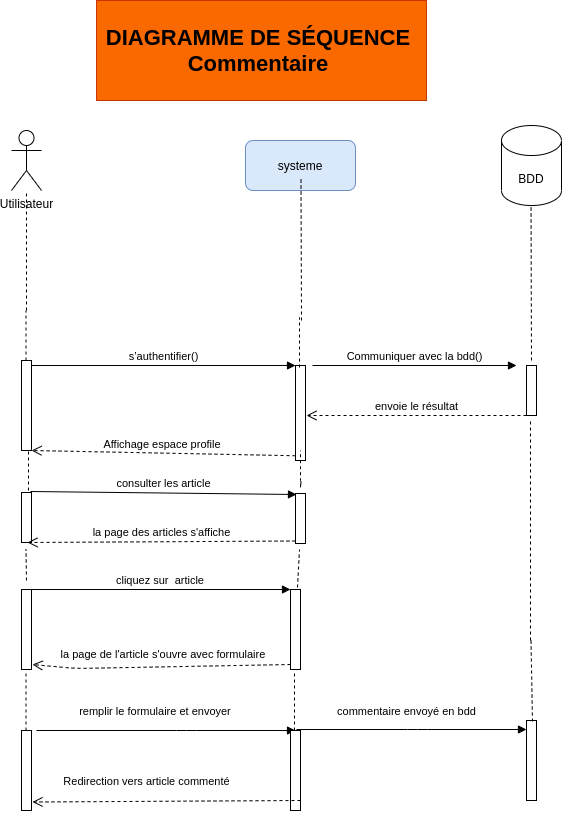
Before: diagrammes/Diagramme_P5-Séq Commentaires.drawio.png, a diagram exported from draw.io (Elhadj75BAH/Blog-mvc). Source tidied: cells renumbered, new cells last; positions are measured from the earlier drawing's top-left corner, leaving out a move shared by most shapes. The source it was exported from:
```xml
<mxGraphModel>
  <root>
    <mxCell id="0" />
    <mxCell id="1" parent="0" />
    <mxCell id="2" value="&lt;font style=&quot;font-size: 22px&quot;&gt;&lt;b&gt;DIAGRAMME DE SÉQUENCE&amp;nbsp;&lt;br&gt;Commentaire&amp;nbsp;&lt;br&gt;&lt;/b&gt;&lt;/font&gt;" style="text;html=1;strokeColor=#C73500;fillColor=#fa6800;align=center;verticalAlign=middle;whiteSpace=wrap;rounded=0;fontColor=#000000;" parent="1" vertex="1">
      <mxGeometry x="85" width="330" height="100" as="geometry" />
    </mxCell>
    <mxCell id="3" value="systeme" style="rounded=1;whiteSpace=wrap;html=1;fillColor=#dae8fc;strokeColor=#6c8ebf;" parent="1" vertex="1">
      <mxGeometry x="234" y="140" width="110" height="50" as="geometry" />
    </mxCell>
    <mxCell id="4" style="endArrow=none;dashed=1;html=1;entryX=0.5;entryY=1;entryDx=0;entryDy=0;" parent="1" edge="1">
      <mxGeometry relative="1" as="geometry">
        <mxPoint x="15" y="310" as="sourcePoint" />
        <mxPoint x="15" y="190" as="targetPoint" />
      </mxGeometry>
    </mxCell>
    <mxCell id="5" style="endArrow=none;dashed=1;html=1;entryX=0.5;entryY=1;entryDx=0;entryDy=0;" parent="1" edge="1">
      <mxGeometry relative="1" as="geometry">
        <mxPoint x="290" y="320" as="sourcePoint" />
        <mxPoint x="289.5" y="178" as="targetPoint" />
      </mxGeometry>
    </mxCell>
    <mxCell id="6" style="endArrow=none;dashed=1;html=1;entryX=0.5;entryY=1;entryDx=0;entryDy=0;" parent="1" edge="1">
      <mxGeometry relative="1" as="geometry">
        <mxPoint x="520" y="360" as="sourcePoint" />
        <mxPoint x="519.5" y="190" as="targetPoint" />
      </mxGeometry>
    </mxCell>
    <mxCell id="7" style="html=1;points=[];perimeter=orthogonalPerimeter;" parent="1" vertex="1">
      <mxGeometry x="515" y="365" width="10" height="50" as="geometry" />
    </mxCell>
    <mxCell id="8" style="html=1;points=[];perimeter=orthogonalPerimeter;" parent="1" vertex="1">
      <mxGeometry x="10" y="360" width="10" height="90" as="geometry" />
    </mxCell>
    <mxCell id="9" style="html=1;points=[];perimeter=orthogonalPerimeter;" parent="1" vertex="1">
      <mxGeometry x="284" y="365" width="10" height="95" as="geometry" />
    </mxCell>
    <mxCell id="10" value="s’authentifier()" style="html=1;verticalAlign=bottom;endArrow=block;entryX=0;entryY=0;" parent="1" edge="1" source="8" target="9">
      <mxGeometry relative="1" as="geometry" />
    </mxCell>
    <mxCell id="11" value="Affichage espace profile&amp;nbsp;" style="html=1;verticalAlign=bottom;endArrow=open;dashed=1;endSize=8;exitX=0;exitY=0.95;" parent="1" edge="1" source="9" target="8">
      <mxGeometry relative="1" as="geometry" />
    </mxCell>
    <mxCell id="12" style="endArrow=none;dashed=1;html=1;entryX=0.5;entryY=1;entryDx=0;entryDy=0;" parent="1" edge="1">
      <mxGeometry relative="1" as="geometry">
        <mxPoint x="14.5" y="360" as="sourcePoint" />
        <mxPoint x="14.5" y="310" as="targetPoint" />
      </mxGeometry>
    </mxCell>
    <mxCell id="13" style="endArrow=none;dashed=1;html=1;entryX=0.5;entryY=1;entryDx=0;entryDy=0;" parent="1" edge="1">
      <mxGeometry relative="1" as="geometry">
        <mxPoint x="288" y="367" as="sourcePoint" />
        <mxPoint x="288" y="317" as="targetPoint" />
      </mxGeometry>
    </mxCell>
    <mxCell id="14" style="html=1;points=[];perimeter=orthogonalPerimeter;" parent="1" vertex="1">
      <mxGeometry x="10" y="492" width="10" height="50" as="geometry" />
    </mxCell>
    <mxCell id="15" style="html=1;points=[];perimeter=orthogonalPerimeter;" parent="1" vertex="1">
      <mxGeometry x="284" y="493" width="10" height="50" as="geometry" />
    </mxCell>
    <mxCell id="16" value="consulter les article" style="html=1;verticalAlign=bottom;endArrow=block;exitX=0.9;exitY=-0.02;exitDx=0;exitDy=0;exitPerimeter=0;" parent="1" edge="1" source="14">
      <mxGeometry relative="1" as="geometry">
        <mxPoint x="285" y="494" as="targetPoint" />
      </mxGeometry>
    </mxCell>
    <mxCell id="17" value="la page des articles s'affiche" style="html=1;verticalAlign=bottom;endArrow=open;dashed=1;endSize=8;exitX=0;exitY=0.95;entryX=0.6;entryY=1;entryDx=0;entryDy=0;entryPerimeter=0;" parent="1" edge="1" source="15" target="14">
      <mxGeometry relative="1" as="geometry" />
    </mxCell>
    <mxCell id="18" style="html=1;points=[];perimeter=orthogonalPerimeter;" parent="1" vertex="1">
      <mxGeometry x="279" y="589" width="10" height="80" as="geometry" />
    </mxCell>
    <mxCell id="19" value="cliquez sur&amp;nbsp; article&amp;nbsp;" style="html=1;verticalAlign=bottom;endArrow=block;entryX=0;entryY=0;" parent="1" edge="1" source="21" target="18">
      <mxGeometry relative="1" as="geometry" />
    </mxCell>
    <mxCell id="20" value="la page de l'article s'ouvre avec formulaire&amp;nbsp;" style="html=1;verticalAlign=bottom;endArrow=open;dashed=1;endSize=8;exitX=0;exitY=0.95;entryX=1.1;entryY=0.938;entryDx=0;entryDy=0;entryPerimeter=0;" parent="1" edge="1" target="21">
      <mxGeometry x="-0.02" y="-3" relative="1" as="geometry">
        <mxPoint x="279" y="664" as="sourcePoint" />
        <Array as="points">
          <mxPoint x="65" y="668" />
        </Array>
      </mxGeometry>
    </mxCell>
    <mxCell id="21" style="html=1;points=[];perimeter=orthogonalPerimeter;" parent="1" vertex="1">
      <mxGeometry x="10" y="589" width="10" height="80" as="geometry" />
    </mxCell>
    <mxCell id="22" style="endArrow=none;dashed=1;html=1;entryX=0.4;entryY=1.1;entryDx=0;entryDy=0;entryPerimeter=0;" parent="1" edge="1" target="7">
      <mxGeometry relative="1" as="geometry">
        <mxPoint x="519" y="640" as="sourcePoint" />
      </mxGeometry>
    </mxCell>
    <mxCell id="23" style="endArrow=none;dashed=1;html=1;exitX=0.7;exitY=-0.025;exitDx=0;exitDy=0;exitPerimeter=0;" parent="1" edge="1" source="18">
      <mxGeometry relative="1" as="geometry">
        <mxPoint x="288" y="549" as="targetPoint" />
      </mxGeometry>
    </mxCell>
    <mxCell id="24" style="endArrow=none;dashed=1;html=1;" parent="1" edge="1">
      <mxGeometry relative="1" as="geometry">
        <mxPoint x="289.5" y="481" as="sourcePoint" />
        <mxPoint x="289" y="450" as="targetPoint" />
        <Array as="points">
          <mxPoint x="289" y="490" />
        </Array>
      </mxGeometry>
    </mxCell>
    <mxCell id="25" style="endArrow=none;dashed=1;html=1;" parent="1" edge="1">
      <mxGeometry relative="1" as="geometry">
        <mxPoint x="15" y="580" as="sourcePoint" />
        <mxPoint x="14.5" y="549" as="targetPoint" />
      </mxGeometry>
    </mxCell>
    <mxCell id="26" style="endArrow=none;dashed=1;html=1;" parent="1" edge="1">
      <mxGeometry relative="1" as="geometry">
        <mxPoint x="17" y="490" as="sourcePoint" />
        <mxPoint x="17" y="450" as="targetPoint" />
      </mxGeometry>
    </mxCell>
    <mxCell id="27" style="html=1;points=[];perimeter=orthogonalPerimeter;" parent="1" vertex="1">
      <mxGeometry x="10" y="730" width="10" height="80" as="geometry" />
    </mxCell>
    <mxCell id="28" value="remplir le formulaire et envoyer&amp;nbsp;" style="html=1;verticalAlign=bottom;endArrow=block;entryX=0;entryY=0;" parent="1" edge="1">
      <mxGeometry x="-0.07" y="10" relative="1" as="geometry">
        <mxPoint x="25" y="730" as="sourcePoint" />
        <mxPoint x="284" y="730" as="targetPoint" />
        <Array as="points">
          <mxPoint x="175" y="730" />
        </Array>
      </mxGeometry>
    </mxCell>
    <mxCell id="29" style="html=1;perimeter=orthogonalPerimeter;" parent="1" vertex="1">
      <mxGeometry x="279" y="730" width="10" height="80" as="geometry" />
    </mxCell>
    <mxCell id="30" style="html=1;points=[];perimeter=orthogonalPerimeter;" parent="1" vertex="1">
      <mxGeometry x="515" y="720" width="10" height="80" as="geometry" />
    </mxCell>
    <mxCell id="31" value="commentaire envoyé en bdd" style="html=1;verticalAlign=bottom;endArrow=block;entryX=0;entryY=0;" parent="1" edge="1">
      <mxGeometry x="-0.04" y="9" relative="1" as="geometry">
        <mxPoint x="285" y="729" as="sourcePoint" />
        <mxPoint x="515" y="729" as="targetPoint" />
        <Array as="points">
          <mxPoint x="406" y="729" />
        </Array>
      </mxGeometry>
    </mxCell>
    <mxCell id="32" value="Redirection vers article commenté" style="html=1;verticalAlign=bottom;endArrow=open;dashed=1;endSize=8;exitX=0;exitY=0.95;entryX=0.6;entryY=1;entryDx=0;entryDy=0;entryPerimeter=0;" parent="1" edge="1">
      <mxGeometry x="0.15" y="-11" relative="1" as="geometry">
        <mxPoint x="289" y="800" as="sourcePoint" />
        <mxPoint x="21" y="801.5" as="targetPoint" />
      </mxGeometry>
    </mxCell>
    <mxCell id="33" style="endArrow=none;dashed=1;html=1;exitX=0.45;exitY=0;exitDx=0;exitDy=0;exitPerimeter=0;entryX=0.45;entryY=1.013;entryDx=0;entryDy=0;entryPerimeter=0;" parent="1" edge="1" source="27" target="21">
      <mxGeometry relative="1" as="geometry" />
    </mxCell>
    <mxCell id="34" style="endArrow=none;dashed=1;html=1;exitX=0.45;exitY=0;exitDx=0;exitDy=0;exitPerimeter=0;entryX=0.45;entryY=1.013;entryDx=0;entryDy=0;entryPerimeter=0;" parent="1" edge="1">
      <mxGeometry relative="1" as="geometry">
        <mxPoint x="283" y="730" as="sourcePoint" />
        <mxPoint x="283" y="670" as="targetPoint" />
      </mxGeometry>
    </mxCell>
    <mxCell id="35" style="endArrow=none;dashed=1;html=1;exitX=0.6;exitY=0.013;exitDx=0;exitDy=0;exitPerimeter=0;entryX=0.45;entryY=1.013;entryDx=0;entryDy=0;entryPerimeter=0;" parent="1" edge="1" source="30">
      <mxGeometry relative="1" as="geometry">
        <mxPoint x="519.5" y="640" as="targetPoint" />
      </mxGeometry>
    </mxCell>
    <mxCell id="36" value="Utilisateur" style="shape=umlActor;verticalLabelPosition=bottom;verticalAlign=top;html=1;" parent="1" vertex="1">
      <mxGeometry y="130" width="30" height="60" as="geometry" />
    </mxCell>
    <mxCell id="37" value="BDD" style="shape=cylinder3;whiteSpace=wrap;html=1;boundedLbl=1;backgroundOutline=1;size=15;" parent="1" vertex="1">
      <mxGeometry x="490" y="125" width="60" height="80" as="geometry" />
    </mxCell>
    <mxCell id="38" value="Communiquer avec la bdd()" style="html=1;verticalAlign=bottom;endArrow=block;" parent="1" edge="1">
      <mxGeometry relative="1" as="geometry">
        <mxPoint x="301" y="365" as="sourcePoint" />
        <mxPoint x="505" y="365" as="targetPoint" />
      </mxGeometry>
    </mxCell>
    <mxCell id="39" value="envoie le résultat" style="html=1;verticalAlign=bottom;endArrow=open;dashed=1;endSize=8;" parent="1" edge="1">
      <mxGeometry relative="1" as="geometry">
        <mxPoint x="515" y="415" as="sourcePoint" />
        <mxPoint x="295" y="415" as="targetPoint" />
      </mxGeometry>
    </mxCell>
  </root>
</mxGraphModel>
```
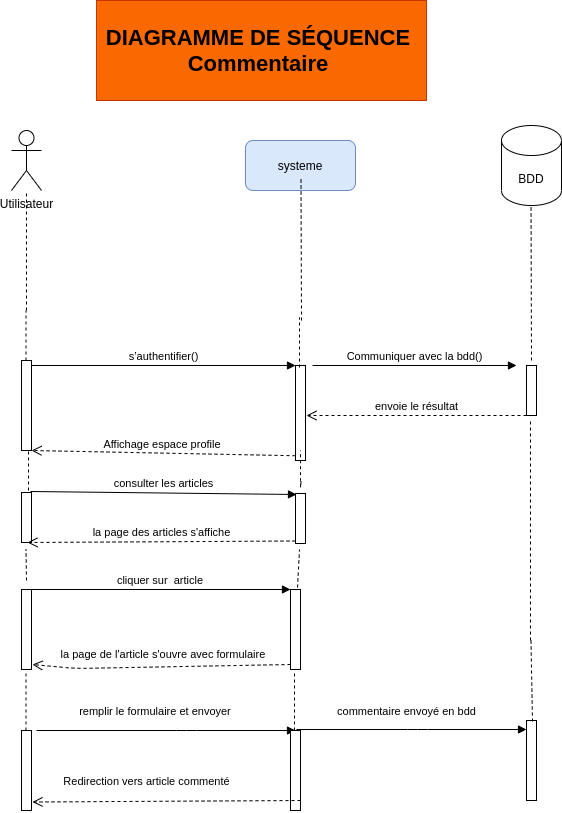
After the change.

The edit, as a diff of the source:
```diff
@@ -59,7 +59,7 @@
     <mxCell id="15" style="html=1;points=[];perimeter=orthogonalPerimeter;" parent="1" vertex="1">
       <mxGeometry x="284" y="493" width="10" height="50" as="geometry" />
     </mxCell>
-    <mxCell id="16" value="consulter les article" style="html=1;verticalAlign=bottom;endArrow=block;exitX=0.9;exitY=-0.02;exitDx=0;exitDy=0;exitPerimeter=0;" parent="1" edge="1" source="14">
+    <mxCell id="16" value="consulter les articles" style="html=1;verticalAlign=bottom;endArrow=block;exitX=0.9;exitY=-0.02;exitDx=0;exitDy=0;exitPerimeter=0;" parent="1" edge="1" source="14">
       <mxGeometry relative="1" as="geometry">
         <mxPoint x="285" y="494" as="targetPoint" />
       </mxGeometry>
@@ -70,7 +70,7 @@
     <mxCell id="18" style="html=1;points=[];perimeter=orthogonalPerimeter;" parent="1" vertex="1">
       <mxGeometry x="279" y="589" width="10" height="80" as="geometry" />
     </mxCell>
-    <mxCell id="19" value="cliquez sur&amp;nbsp; article&amp;nbsp;" style="html=1;verticalAlign=bottom;endArrow=block;entryX=0;entryY=0;" parent="1" edge="1" source="21" target="18">
+    <mxCell id="19" value="cliquer sur&amp;nbsp; article&amp;nbsp;" style="html=1;verticalAlign=bottom;endArrow=block;entryX=0;entryY=0;" parent="1" edge="1" source="21" target="18">
       <mxGeometry relative="1" as="geometry" />
     </mxCell>
     <mxCell id="20" value="la page de l'article s'ouvre avec formulaire&amp;nbsp;" style="html=1;verticalAlign=bottom;endArrow=open;dashed=1;endSize=8;exitX=0;exitY=0.95;entryX=1.1;entryY=0.938;entryDx=0;entryDy=0;entryPerimeter=0;" parent="1" edge="1" target="21">
```
